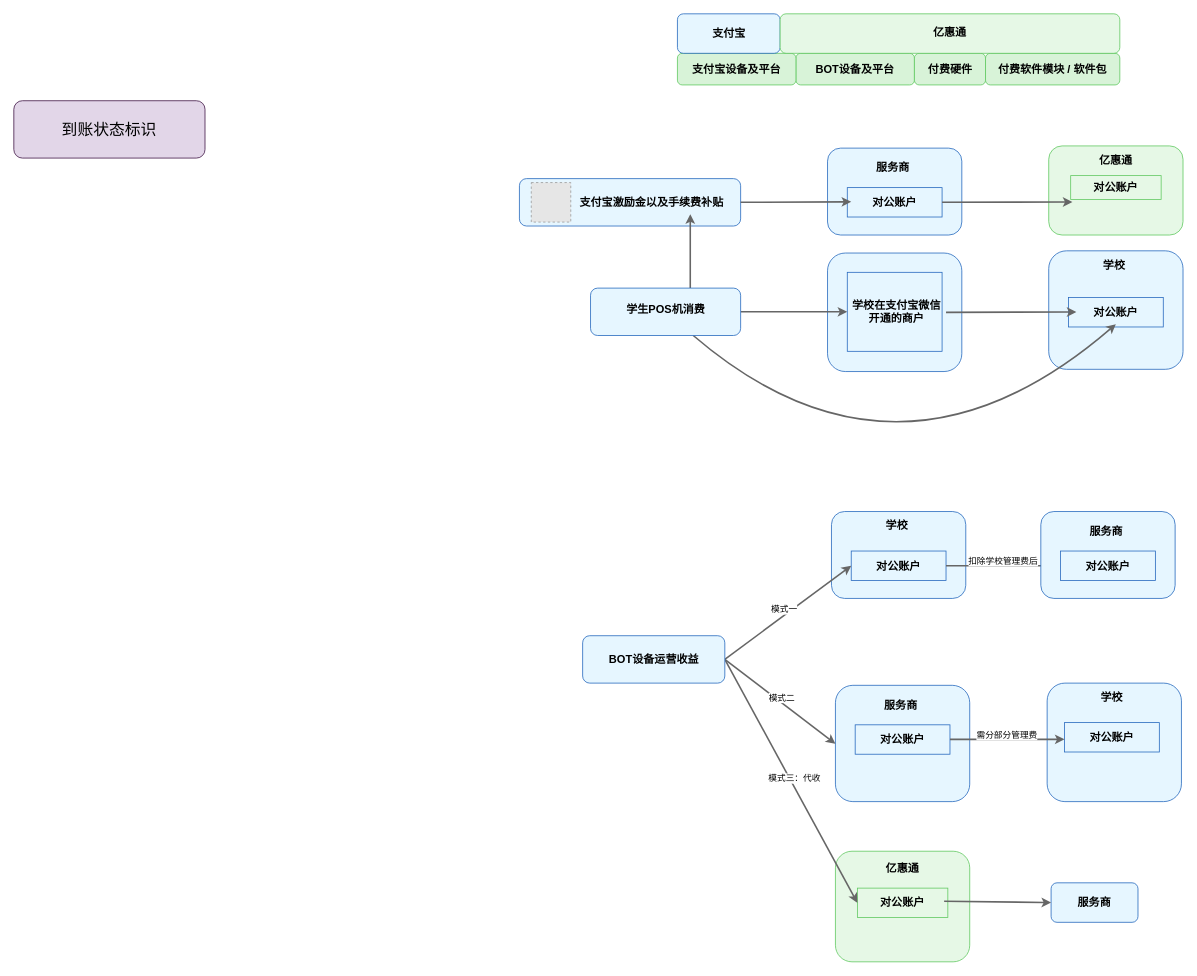
bzerozero7/test keeps this draw.io diagram as page "SaaS平台资金流图" (4 of 4) of 青岛恒星最终架构图1.drawio. Above is the earlier version. Source tidied: cells renumbered, new cells numbered last; positions are measured from the earlier drawing's top-left corner, leaving out a move shared by most shapes. Both pictures are drawn from the tidied source at 79%, with x=0, y=0 at pixel (13, 13). Pictures stored in the file or linked from it are replaced by grey dashed boxes.
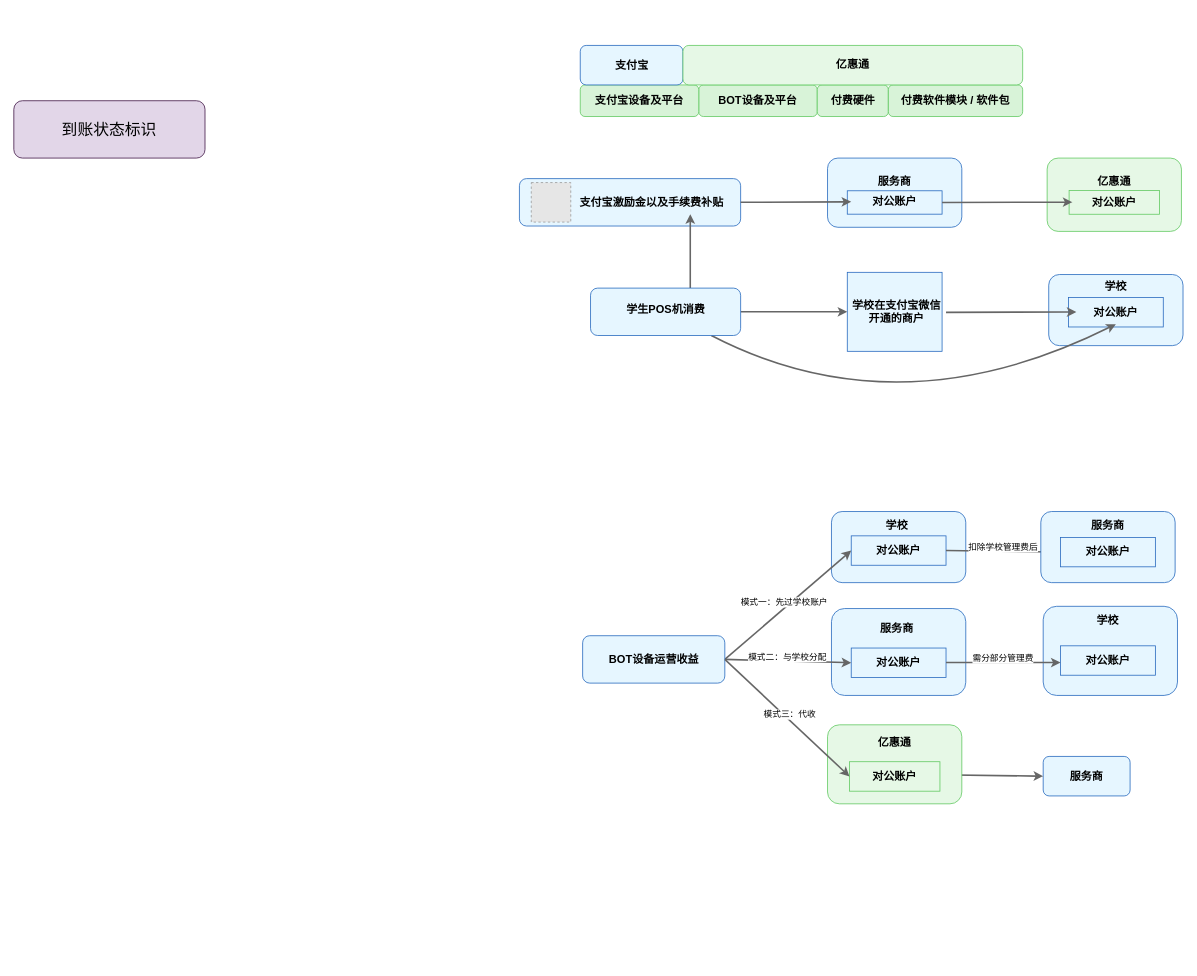
Above is the later version.

Commit message (it also covers changes not shown here):
更新青岛恒星最终架构图1.drawio

Unchanged cells that the change refers to:
```xml
<mxCell id="22" value="&lt;span style=&quot;font-size: 14px;&quot;&gt;&lt;b&gt;对公账户&lt;/b&gt;&lt;/span&gt;" style="text;html=1;whiteSpace=wrap;strokeColor=none;fillColor=none;align=center;verticalAlign=middle;rounded=0;" parent="20" vertex="1">
  <mxGeometry x="30" y="3.6" width="60" height="30" as="geometry" />
</mxCell>
<mxCell id="37" style="&lt;mxCell id=&quot;arrow1&quot; style=&quot;endArrow=classic;html=1;curved=0;strokeColor=#666666;strokeWidth=2;&quot; edge=&quot;1&quot; parent=&quot;1&quot; source=&quot;2&quot; target=&quot;3&quot;&gt;&#10;  &lt;mxGeometry relative=&quot;1&quot; as=&quot;geometry&quot;/&gt;&#10;&lt;/mxCell&gt;;exitX=1;exitY=0.5;exitDx=0;exitDy=0;entryX=0;entryY=0.5;entryDx=0;entryDy=0;" parent="1" edge="1" source="91" target="34">
  <mxGeometry relative="1" as="geometry" />
</mxCell>
<mxCell id="84" style="rounded=1;whiteSpace=wrap;html=1;fillColor=#E6F6FF;strokeColor=#2668BE;gradientColor=none;glass=0;" parent="1" vertex="1">
  <mxGeometry x="730" y="347.2" width="190" height="60" as="geometry" />
</mxCell>
<mxCell id="91" style="rounded=1;whiteSpace=wrap;html=1;fillColor=#E6F6FF;strokeColor=#2668BE;gradientColor=none;glass=0;" parent="90" vertex="1">
  <mxGeometry width="180" height="60" as="geometry" />
</mxCell>
```

The edit, as a diff of the source:
```diff
@@
-    <mxCell id="2" style="group;" parent="1" vertex="1">
-      <mxGeometry x="1310" y="167.2" width="170" height="112.8" as="geometry" />
-    </mxCell>
+    <mxCell id="40" style="rounded=1;whiteSpace=wrap;html=1;fillColor=#E6F6FF;strokeColor=#2668BE;gradientColor=none;glass=0;" parent="1" vertex="1">
+      <mxGeometry x="1035" y="752.8" width="170" height="110" as="geometry" />
+    </mxCell>
+    <mxCell id="42" style="rounded=0;whiteSpace=wrap;html=1;fillColor=#E6F6FF;strokeColor=#2668BE;gradientColor=none;glass=0;" parent="1" vertex="1">
+      <mxGeometry x="1060" y="802.8" width="120" height="37.2" as="geometry" />
+    </mxCell>
+    <mxCell id="12" style="rounded=1;whiteSpace=wrap;html=1;fillColor=#E6F6FF;strokeColor=#2668BE;gradientColor=none;glass=0;" parent="1" vertex="1">
+      <mxGeometry x="1030" y="182.6" width="170" height="87.6" as="geometry" />
+    </mxCell>
+    <mxCell id="14" style="rounded=0;whiteSpace=wrap;html=1;fillColor=#E6F6FF;strokeColor=#2668BE;gradientColor=none;glass=0;" parent="1" vertex="1">
+      <mxGeometry x="1055" y="224" width="120" height="29.6" as="geometry" />
+    </mxCell>
-    <mxCell id="3" style="rounded=1;whiteSpace=wrap;html=1;fillColor=#E6F8E6;gradientColor=none;strokeColor=#61C961;" parent="2" vertex="1">
-      <mxGeometry width="170" height="112.8" as="geometry" />
+    <mxCell id="3" style="rounded=1;whiteSpace=wrap;html=1;fillColor=#E6F8E6;gradientColor=none;strokeColor=#61C961;" parent="1" vertex="1">
+      <mxGeometry x="1308" y="182.6" width="170" height="92.8" as="geometry" />
     </mxCell>
-    <mxCell id="4" value="&lt;span style=&quot;font-size: 14px;&quot;&gt;&lt;b&gt;亿惠通&lt;/b&gt;&lt;/span&gt;" style="text;html=1;whiteSpace=wrap;strokeColor=none;fillColor=none;align=center;verticalAlign=middle;rounded=0;" parent="2" vertex="1">
-      <mxGeometry x="55" y="6.5" width="60" height="22.6" as="geometry" />
-    </mxCell>
-    <mxCell id="5" style="rounded=0;whiteSpace=wrap;html=1;fillColor=#E6F8E6;strokeColor=#61C961;" parent="2" vertex="1">
-      <mxGeometry x="27.8" y="37.6" width="114.5" height="30.1" as="geometry" />
+    <mxCell id="5" style="rounded=0;whiteSpace=wrap;html=1;fillColor=#E6F8E6;strokeColor=#61C961;" parent="1" vertex="1">
+      <mxGeometry x="1335.8" y="223.6" width="114.5" height="30.1" as="geometry" />
     </mxCell>
-    <mxCell id="6" value="&lt;span style=&quot;font-size: 14px;&quot;&gt;&lt;b&gt;对公账户&lt;/b&gt;&lt;/span&gt;" style="text;html=1;whiteSpace=wrap;strokeColor=none;fillColor=none;align=center;verticalAlign=middle;rounded=0;" parent="2" vertex="1">
-      <mxGeometry x="55" y="41.4" width="60" height="22.6" as="geometry" />
-    </mxCell>
@@
-    <mxCell id="11" style="group;" parent="1" vertex="1">
-      <mxGeometry x="1030" y="170" width="170" height="147.2" as="geometry" />
-    </mxCell>
-    <mxCell id="12" style="rounded=1;whiteSpace=wrap;html=1;fillColor=#E6F6FF;strokeColor=#2668BE;gradientColor=none;glass=0;" parent="11" vertex="1">
-      <mxGeometry width="170" height="110" as="geometry" />
-    </mxCell>
-    <mxCell id="13" value="&lt;span style=&quot;font-size: 14px;&quot;&gt;&lt;b&gt;服务商&lt;/b&gt;&lt;/span&gt;" style="text;html=1;whiteSpace=wrap;strokeColor=none;fillColor=none;align=center;verticalAlign=middle;rounded=0;" parent="11" vertex="1">
-      <mxGeometry x="53" y="10" width="60" height="30" as="geometry" />
-    </mxCell>
-    <mxCell id="14" style="rounded=0;whiteSpace=wrap;html=1;fillColor=#E6F6FF;strokeColor=#2668BE;gradientColor=none;glass=0;" parent="11" vertex="1">
-      <mxGeometry x="25" y="50" width="120" height="37.2" as="geometry" />
-    </mxCell>
-    <mxCell id="15" value="&lt;span style=&quot;font-size: 14px;&quot;&gt;&lt;b&gt;对公账户&lt;/b&gt;&lt;/span&gt;" style="text;html=1;whiteSpace=wrap;strokeColor=none;fillColor=none;align=center;verticalAlign=middle;rounded=0;" parent="11" vertex="1">
-      <mxGeometry x="55" y="53.6" width="60" height="30" as="geometry" />
-    </mxCell>
-    <mxCell id="16" style="&lt;mxCell id=&quot;arrow1&quot; style=&quot;endArrow=classic;html=1;curved=0;strokeColor=#666666;strokeWidth=2;&quot; edge=&quot;1&quot; parent=&quot;1&quot; source=&quot;2&quot; target=&quot;3&quot;&gt;&#10;  &lt;mxGeometry relative=&quot;1&quot; as=&quot;geometry&quot;/&gt;&#10;&lt;/mxCell&gt;;" parent="11" edge="1">
-      <mxGeometry relative="1" as="geometry">
-        <mxPoint x="145" y="68.6" as="sourcePoint" />
-        <mxPoint x="310" y="68.2" as="targetPoint" />
-      </mxGeometry>
-    </mxCell>
@@
     <mxCell id="18" style="rounded=1;whiteSpace=wrap;html=1;fillColor=#E6F6FF;strokeColor=#2668BE;gradientColor=none;glass=0;" parent="1" vertex="1">
-      <mxGeometry x="1310" y="300" width="170" height="150" as="geometry" />
+      <mxGeometry x="1310" y="330" width="170" height="90" as="geometry" />
     </mxCell>
     <mxCell id="19" value="&lt;span style=&quot;font-size: 14px;&quot;&gt;&lt;b&gt;学校&lt;/b&gt;&lt;/span&gt;" style="text;html=1;whiteSpace=wrap;strokeColor=none;fillColor=none;align=center;verticalAlign=middle;rounded=0;" parent="1" vertex="1">
-      <mxGeometry x="1363" y="302.8" width="60" height="30" as="geometry" />
+      <mxGeometry x="1365" y="330" width="60" height="30" as="geometry" />
     </mxCell>
@@
-    <mxCell id="23" style="rounded=1;whiteSpace=wrap;html=1;fillColor=#E6F6FF;strokeColor=#2668BE;gradientColor=none;glass=0;" parent="1" vertex="1">
-      <mxGeometry x="1030" y="302.8" width="170" height="150" as="geometry" />
-    </mxCell>
@@
     <mxCell id="27" style="&lt;mxCell id=&quot;arrow1&quot; style=&quot;endArrow=classic;html=1;curved=1;strokeColor=#666666;strokeWidth=2;&quot; edge=&quot;1&quot; parent=&quot;1&quot; source=&quot;2&quot; target=&quot;3&quot;&gt;&#10;  &lt;mxGeometry relative=&quot;1&quot; as=&quot;geometry&quot;/&gt;&#10;&lt;/mxCell&gt;;flowAnimation=0;entryX=0.5;entryY=1;entryDx=0;entryDy=0;" parent="1" edge="1" source="84" target="22">
       <mxGeometry relative="1" as="geometry">
         <Array as="points">
-          <mxPoint x="1120" y="630" />
+          <mxPoint x="1120" y="530" />
         </Array>
       </mxGeometry>
     </mxCell>
@@
     <mxCell id="31" style="rounded=1;whiteSpace=wrap;html=1;fillColor=#E6F6FF;strokeColor=#2668BE;gradientColor=none;glass=0;" parent="1" vertex="1">
-      <mxGeometry x="1035" y="630" width="170" height="110" as="geometry" />
+      <mxGeometry x="1035" y="630" width="170" height="90" as="geometry" />
     </mxCell>
@@
     <mxCell id="33" style="group;" parent="1" vertex="1">
-      <mxGeometry x="1060" y="689.2" width="120" height="37.2" as="geometry" />
+      <mxGeometry x="1060" y="670" width="120" height="37.2" as="geometry" />
     </mxCell>
@@
-    <mxCell id="38" value="模式一" style="edgeLabel;html=1;align=center;verticalAlign=middle;" parent="37" vertex="1">
+    <mxCell id="38" value="模式一：先过学校账户" style="edgeLabel;html=1;align=center;verticalAlign=middle;" parent="37" vertex="1">
       <mxGeometry x="-0.01" y="6" relative="1" as="geometry">
         <mxPoint x="-1" as="offset" />
       </mxGeometry>
     </mxCell>
-    <mxCell id="39" style="group;" parent="1" vertex="1">
-      <mxGeometry x="1040" y="850" width="170" height="147.2" as="geometry" />
-    </mxCell>
-    <mxCell id="40" style="rounded=1;whiteSpace=wrap;html=1;fillColor=#E6F6FF;strokeColor=#2668BE;gradientColor=none;glass=0;" parent="39" vertex="1">
-      <mxGeometry width="170" height="147.2" as="geometry" />
-    </mxCell>
-    <mxCell id="41" value="&lt;span style=&quot;font-size: 14px;&quot;&gt;&lt;b&gt;服务商&lt;/b&gt;&lt;/span&gt;" style="text;html=1;whiteSpace=wrap;strokeColor=none;fillColor=none;align=center;verticalAlign=middle;rounded=0;" parent="39" vertex="1">
-      <mxGeometry x="53" y="10" width="60" height="30" as="geometry" />
-    </mxCell>
-    <mxCell id="42" style="rounded=0;whiteSpace=wrap;html=1;fillColor=#E6F6FF;strokeColor=#2668BE;gradientColor=none;glass=0;" parent="39" vertex="1">
-      <mxGeometry x="25" y="50" width="120" height="37.2" as="geometry" />
-    </mxCell>
-    <mxCell id="43" value="&lt;span style=&quot;font-size: 14px;&quot;&gt;&lt;b&gt;对公账户&lt;/b&gt;&lt;/span&gt;" style="text;html=1;whiteSpace=wrap;strokeColor=none;fillColor=none;align=center;verticalAlign=middle;rounded=0;" parent="39" vertex="1">
-      <mxGeometry x="55" y="53.6" width="60" height="30" as="geometry" />
-    </mxCell>
-    <mxCell id="44" style="group;" parent="1" vertex="1">
-      <mxGeometry x="1040" y="1060" width="170" height="140" as="geometry" />
-    </mxCell>
-    <mxCell id="45" style="rounded=1;whiteSpace=wrap;html=1;fillColor=#E6F8E6;gradientColor=none;strokeColor=#61C961;" parent="44" vertex="1">
-      <mxGeometry width="170" height="140" as="geometry" />
-    </mxCell>
-    <mxCell id="46" value="&lt;span style=&quot;font-size: 14px;&quot;&gt;&lt;b&gt;亿惠通&lt;/b&gt;&lt;/span&gt;" style="text;html=1;whiteSpace=wrap;strokeColor=none;fillColor=none;align=center;verticalAlign=middle;rounded=0;" parent="44" vertex="1">
-      <mxGeometry x="55" y="8" width="60" height="28" as="geometry" />
-    </mxCell>
-    <mxCell id="47" style="rounded=0;whiteSpace=wrap;html=1;fillColor=#E6F8E6;strokeColor=#61C961;" parent="44" vertex="1">
-      <mxGeometry x="27.8" y="46.7" width="114.5" height="37.3" as="geometry" />
-    </mxCell>
-    <mxCell id="48" value="&lt;span style=&quot;font-size: 14px;&quot;&gt;&lt;b&gt;对公账户&lt;/b&gt;&lt;/span&gt;" style="text;html=1;whiteSpace=wrap;strokeColor=none;fillColor=none;align=center;verticalAlign=middle;rounded=0;" parent="44" vertex="1">
-      <mxGeometry x="55" y="51.3" width="60" height="28" as="geometry" />
-    </mxCell>
-    <mxCell id="49" style="&lt;mxCell id=&quot;arrow1&quot; style=&quot;endArrow=classic;html=1;curved=0;strokeColor=#666666;strokeWidth=2;&quot; edge=&quot;1&quot; parent=&quot;1&quot; source=&quot;2&quot; target=&quot;3&quot;&gt;&#10;  &lt;mxGeometry relative=&quot;1&quot; as=&quot;geometry&quot;/&gt;&#10;&lt;/mxCell&gt;;exitX=1;exitY=0.5;exitDx=0;exitDy=0;entryX=0;entryY=0.5;entryDx=0;entryDy=0;" parent="1" edge="1" source="91" target="47">
-      <mxGeometry relative="1" as="geometry" />
-    </mxCell>
-    <mxCell id="50" value="模式三：代收" style="edgeLabel;html=1;align=center;verticalAlign=middle;" parent="49" vertex="1">
-      <mxGeometry x="-0.01" y="6" relative="1" as="geometry">
-        <mxPoint x="-1" as="offset" />
-      </mxGeometry>
-    </mxCell>
     <mxCell id="51" style="group;" parent="1" vertex="1">
-      <mxGeometry x="1313" y="1100" width="110" height="50" as="geometry" />
+      <mxGeometry x="1303" y="940" width="110" height="50" as="geometry" />
     </mxCell>
@@
-    <mxCell id="55" style="&lt;mxCell id=&quot;arrow1&quot; style=&quot;endArrow=classic;html=1;curved=0;strokeColor=#666666;strokeWidth=2;&quot; edge=&quot;1&quot; parent=&quot;1&quot; source=&quot;2&quot; target=&quot;3&quot;&gt;&#10;  &lt;mxGeometry relative=&quot;1&quot; as=&quot;geometry&quot;/&gt;&#10;&lt;/mxCell&gt;;exitX=1;exitY=0.5;exitDx=0;exitDy=0;" parent="1" edge="1" source="91">
-      <mxGeometry relative="1" as="geometry">
-        <mxPoint x="1040" y="924" as="targetPoint" />
-      </mxGeometry>
+    <mxCell id="55" style="&lt;mxCell id=&quot;arrow1&quot; style=&quot;endArrow=classic;html=1;curved=0;strokeColor=#666666;strokeWidth=2;&quot; edge=&quot;1&quot; parent=&quot;1&quot; source=&quot;2&quot; target=&quot;3&quot;&gt;&#10;  &lt;mxGeometry relative=&quot;1&quot; as=&quot;geometry&quot;/&gt;&#10;&lt;/mxCell&gt;;exitX=1;exitY=0.5;exitDx=0;exitDy=0;entryX=0;entryY=0.5;entryDx=0;entryDy=0;" parent="1" edge="1" source="91" target="42">
+      <mxGeometry relative="1" as="geometry" />
     </mxCell>
-    <mxCell id="56" value="模式二" style="edgeLabel;html=1;align=center;verticalAlign=middle;" parent="55" vertex="1">
+    <mxCell id="56" value="模式二：与学校分配" style="edgeLabel;html=1;align=center;verticalAlign=middle;" parent="55" vertex="1">
       <mxGeometry x="-0.01" y="6" relative="1" as="geometry">
         <mxPoint x="-1" as="offset" />
       </mxGeometry>
     </mxCell>
@@
     <mxCell id="59" style="rounded=1;whiteSpace=wrap;html=1;fillColor=#E6F6FF;strokeColor=#2668BE;gradientColor=none;glass=0;" parent="1" vertex="1">
-      <mxGeometry x="1308" y="847.2" width="170" height="150" as="geometry" />
+      <mxGeometry x="1303" y="750" width="170" height="112.8" as="geometry" />
     </mxCell>
     <mxCell id="60" value="&lt;span style=&quot;font-size: 14px;&quot;&gt;&lt;b&gt;学校&lt;/b&gt;&lt;/span&gt;" style="text;html=1;whiteSpace=wrap;strokeColor=none;fillColor=none;align=center;verticalAlign=middle;rounded=0;" parent="1" vertex="1">
-      <mxGeometry x="1360" y="850" width="60" height="30" as="geometry" />
+      <mxGeometry x="1355" y="752.8" width="60" height="30" as="geometry" />
     </mxCell>
     <mxCell id="61" style="group;" parent="1" vertex="1">
-      <mxGeometry x="1330" y="906.4" width="120" height="37.2" as="geometry" />
+      <mxGeometry x="1325" y="809.2" width="120" height="37.2" as="geometry" />
     </mxCell>
@@
     <mxCell id="64" style="&lt;mxCell id=&quot;arrow1&quot; style=&quot;endArrow=classic;html=1;curved=0;strokeColor=#666666;strokeWidth=2;&quot; edge=&quot;1&quot; parent=&quot;1&quot; source=&quot;2&quot; target=&quot;3&quot;&gt;&#10;  &lt;mxGeometry relative=&quot;1&quot; as=&quot;geometry&quot;/&gt;&#10;&lt;/mxCell&gt;;exitX=1;exitY=0.5;exitDx=0;exitDy=0;entryX=0;entryY=0.5;entryDx=0;entryDy=0;" parent="1" edge="1">
       <mxGeometry relative="1" as="geometry">
-        <mxPoint x="1185" y="918.4" as="sourcePoint" />
-        <mxPoint x="1330" y="918.4" as="targetPoint" />
+        <mxPoint x="1180" y="821.2" as="sourcePoint" />
+        <mxPoint x="1325" y="821.2" as="targetPoint" />
       </mxGeometry>
     </mxCell>
@@
     <mxCell id="66" style="group;" parent="1" vertex="1">
-      <mxGeometry x="990" y="50" width="150" height="40" as="geometry" />
+      <mxGeometry x="867" y="90" width="150" height="40" as="geometry" />
     </mxCell>
@@
     <mxCell id="69" style="group;" parent="1" vertex="1">
-      <mxGeometry x="1140" y="50" width="90" height="40" as="geometry" />
+      <mxGeometry x="1017" y="90" width="90" height="40" as="geometry" />
     </mxCell>
@@
     <mxCell id="72" style="group;" parent="1" vertex="1">
-      <mxGeometry x="1230" y="50" width="170" height="40" as="geometry" />
+      <mxGeometry x="1107" y="90" width="170" height="40" as="geometry" />
     </mxCell>
@@
     <mxCell id="75" style="group;" parent="1" vertex="1">
-      <mxGeometry x="840" y="50" width="150" height="40" as="geometry" />
+      <mxGeometry x="717" y="90" width="150" height="40" as="geometry" />
     </mxCell>
@@
     <mxCell id="78" style="group;" parent="1" vertex="1">
-      <mxGeometry x="840" width="130" height="50" as="geometry" />
+      <mxGeometry x="717" y="40" width="130" height="50" as="geometry" />
     </mxCell>
@@
     <mxCell id="81" style="group;" parent="1" vertex="1">
-      <mxGeometry x="970" width="430" height="50" as="geometry" />
+      <mxGeometry x="847" y="40" width="430" height="50" as="geometry" />
     </mxCell>
@@
     <mxCell id="86" style="rounded=1;whiteSpace=wrap;html=1;fillColor=#E6F6FF;strokeColor=#2668BE;gradientColor=none;glass=0;" parent="1" vertex="1">
-      <mxGeometry x="1300" y="630" width="170" height="110" as="geometry" />
+      <mxGeometry x="1300" y="630" width="170" height="90" as="geometry" />
     </mxCell>
     <mxCell id="87" value="&lt;span style=&quot;font-size: 14px;&quot;&gt;&lt;b&gt;服务商&lt;/b&gt;&lt;/span&gt;" style="text;html=1;whiteSpace=wrap;strokeColor=none;fillColor=none;align=center;verticalAlign=middle;rounded=0;" parent="1" vertex="1">
-      <mxGeometry x="1353" y="640" width="60" height="30" as="geometry" />
+      <mxGeometry x="1355" y="632.8" width="60" height="30" as="geometry" />
     </mxCell>
     <mxCell id="88" style="rounded=0;whiteSpace=wrap;html=1;fillColor=#E6F6FF;strokeColor=#2668BE;gradientColor=none;glass=0;" parent="1" vertex="1">
-      <mxGeometry x="1325" y="680" width="120" height="37.2" as="geometry" />
+      <mxGeometry x="1325" y="662.8" width="120" height="37.2" as="geometry" />
     </mxCell>
     <mxCell id="89" value="&lt;span style=&quot;font-size: 14px;&quot;&gt;&lt;b&gt;对公账户&lt;/b&gt;&lt;/span&gt;" style="text;html=1;whiteSpace=wrap;strokeColor=none;fillColor=none;align=center;verticalAlign=middle;rounded=0;" parent="1" vertex="1">
-      <mxGeometry x="1355" y="683.6" width="60" height="30" as="geometry" />
+      <mxGeometry x="1355" y="666.4" width="60" height="30" as="geometry" />
     </mxCell>
@@
+    <mxCell id="4" value="&lt;span style=&quot;font-size: 14px;&quot;&gt;&lt;b&gt;亿惠通&lt;/b&gt;&lt;/span&gt;" style="text;html=1;whiteSpace=wrap;strokeColor=none;fillColor=none;align=center;verticalAlign=middle;rounded=0;" parent="1" vertex="1">
+      <mxGeometry x="1363" y="201" width="60" height="22.6" as="geometry" />
+    </mxCell>
+    <mxCell id="6" value="&lt;span style=&quot;font-size: 14px;&quot;&gt;&lt;b&gt;对公账户&lt;/b&gt;&lt;/span&gt;" style="text;html=1;whiteSpace=wrap;strokeColor=none;fillColor=none;align=center;verticalAlign=middle;rounded=0;" parent="1" vertex="1">
+      <mxGeometry x="1363" y="227.3" width="60" height="22.6" as="geometry" />
+    </mxCell>
+    <mxCell id="13" value="&lt;span style=&quot;font-size: 14px;&quot;&gt;&lt;b&gt;服务商&lt;/b&gt;&lt;/span&gt;" style="text;html=1;whiteSpace=wrap;strokeColor=none;fillColor=none;align=center;verticalAlign=middle;rounded=0;" parent="1" vertex="1">
+      <mxGeometry x="1085" y="200" width="60" height="23.9" as="geometry" />
+    </mxCell>
+    <mxCell id="15" value="&lt;span style=&quot;font-size: 14px;&quot;&gt;&lt;b&gt;对公账户&lt;/b&gt;&lt;/span&gt;" style="text;html=1;whiteSpace=wrap;strokeColor=none;fillColor=none;align=center;verticalAlign=middle;rounded=0;" parent="1" vertex="1">
+      <mxGeometry x="1085" y="226" width="60" height="23.9" as="geometry" />
+    </mxCell>
+    <mxCell id="16" style="&lt;mxCell id=&quot;arrow1&quot; style=&quot;endArrow=classic;html=1;curved=0;strokeColor=#666666;strokeWidth=2;&quot; edge=&quot;1&quot; parent=&quot;1&quot; source=&quot;2&quot; target=&quot;3&quot;&gt;&#10;  &lt;mxGeometry relative=&quot;1&quot; as=&quot;geometry&quot;/&gt;&#10;&lt;/mxCell&gt;;" parent="1" edge="1">
+      <mxGeometry relative="1" as="geometry">
+        <mxPoint x="1175" y="238.8" as="sourcePoint" />
+        <mxPoint x="1340" y="238.4" as="targetPoint" />
+      </mxGeometry>
+    </mxCell>
+    <mxCell id="41" value="&lt;span style=&quot;font-size: 14px;&quot;&gt;&lt;b&gt;服务商&lt;/b&gt;&lt;/span&gt;" style="text;html=1;whiteSpace=wrap;strokeColor=none;fillColor=none;align=center;verticalAlign=middle;rounded=0;" parent="1" vertex="1">
+      <mxGeometry x="1088" y="762.8" width="60" height="30" as="geometry" />
+    </mxCell>
+    <mxCell id="43" value="&lt;span style=&quot;font-size: 14px;&quot;&gt;&lt;b&gt;对公账户&lt;/b&gt;&lt;/span&gt;" style="text;html=1;whiteSpace=wrap;strokeColor=none;fillColor=none;align=center;verticalAlign=middle;rounded=0;" parent="1" vertex="1">
+      <mxGeometry x="1090" y="806.4" width="60" height="30" as="geometry" />
+    </mxCell>
+    <mxCell id="45" style="rounded=1;whiteSpace=wrap;html=1;fillColor=#E6F8E6;gradientColor=none;strokeColor=#61C961;" parent="1" vertex="1">
+      <mxGeometry x="1030" y="900" width="170" height="100" as="geometry" />
+    </mxCell>
+    <mxCell id="46" value="&lt;span style=&quot;font-size: 14px;&quot;&gt;&lt;b&gt;亿惠通&lt;/b&gt;&lt;/span&gt;" style="text;html=1;whiteSpace=wrap;strokeColor=none;fillColor=none;align=center;verticalAlign=middle;rounded=0;" parent="1" vertex="1">
+      <mxGeometry x="1085" y="908" width="60" height="28" as="geometry" />
+    </mxCell>
+    <mxCell id="47" style="rounded=0;whiteSpace=wrap;html=1;fillColor=#E6F8E6;strokeColor=#61C961;" parent="1" vertex="1">
+      <mxGeometry x="1057.8" y="946.7" width="114.5" height="37.3" as="geometry" />
+    </mxCell>
+    <mxCell id="48" value="&lt;span style=&quot;font-size: 14px;&quot;&gt;&lt;b&gt;对公账户&lt;/b&gt;&lt;/span&gt;" style="text;html=1;whiteSpace=wrap;strokeColor=none;fillColor=none;align=center;verticalAlign=middle;rounded=0;" parent="1" vertex="1">
+      <mxGeometry x="1085" y="951.3" width="60" height="28" as="geometry" />
+    </mxCell>
+    <mxCell id="49" style="&lt;mxCell id=&quot;arrow1&quot; style=&quot;endArrow=classic;html=1;curved=0;strokeColor=#666666;strokeWidth=2;&quot; edge=&quot;1&quot; parent=&quot;1&quot; source=&quot;2&quot; target=&quot;3&quot;&gt;&#10;  &lt;mxGeometry relative=&quot;1&quot; as=&quot;geometry&quot;/&gt;&#10;&lt;/mxCell&gt;;exitX=1;exitY=0.5;exitDx=0;exitDy=0;entryX=0;entryY=0.5;entryDx=0;entryDy=0;" parent="1" edge="1" source="91" target="47">
+      <mxGeometry relative="1" as="geometry" />
+    </mxCell>
+    <mxCell id="50" value="模式三：代收" style="edgeLabel;html=1;align=center;verticalAlign=middle;" parent="49" vertex="1">
+      <mxGeometry x="-0.01" y="6" relative="1" as="geometry">
+        <mxPoint x="-1" as="offset" />
+      </mxGeometry>
+    </mxCell>
```
